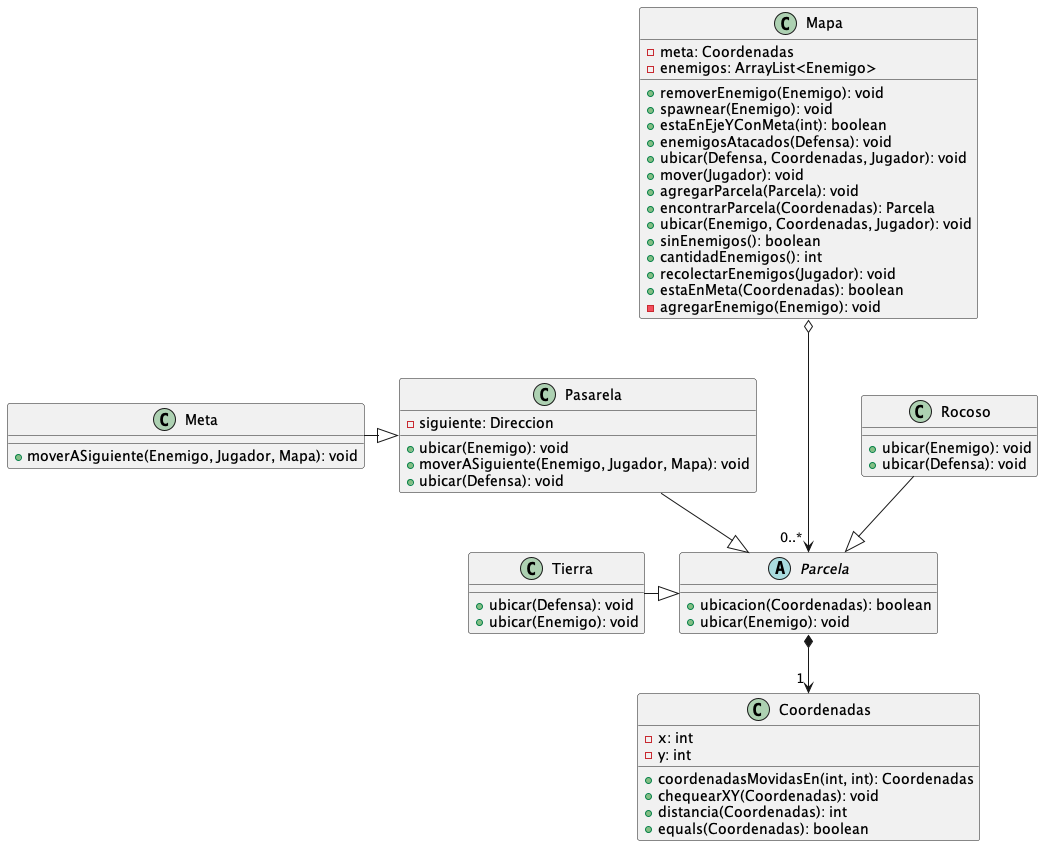
Before: diagrams/classes/mapa.png, a diagram exported from PlantUML (franzimbi/algo3_tp2). The source it was exported from:
```plantuml
@startuml
top to bottom direction


class Coordenadas {
  + coordenadasMovidasEn(int, int): Coordenadas
  + chequearXY(Coordenadas): void
  + distancia(Coordenadas): int
  + equals(Coordenadas): boolean
  -x: int
  -y: int
}
class Mapa {

  + removerEnemigo(Enemigo): void
  + spawnear(Enemigo): void
  + estaEnEjeYConMeta(int): boolean
  + enemigosAtacados(Defensa): void
  + ubicar(Defensa, Coordenadas, Jugador): void
  + mover(Jugador): void
  + agregarParcela(Parcela): void
  + encontrarParcela(Coordenadas): Parcela
  + ubicar(Enemigo, Coordenadas, Jugador): void
  + sinEnemigos(): boolean
  + cantidadEnemigos(): int
  + recolectarEnemigos(Jugador): void
  + estaEnMeta(Coordenadas): boolean
  - agregarEnemigo(Enemigo): void
  - meta: Coordenadas
  - enemigos: ArrayList<Enemigo>
}
class Meta {
  + moverASiguiente(Enemigo, Jugador, Mapa): void
}
abstract Parcela {
  + ubicacion(Coordenadas): boolean
  + ubicar(Enemigo): void
}
class Pasarela {
  + ubicar(Enemigo): void
  + moverASiguiente(Enemigo, Jugador, Mapa): void
  + ubicar(Defensa): void
  - siguiente: Direccion
}
class Rocoso {
  + ubicar(Enemigo): void
  + ubicar(Defensa): void
}
class Tierra {
  + ubicar(Defensa): void
  + ubicar(Enemigo): void
}

Meta         -|>  Pasarela
Pasarela     --|>  Parcela
Rocoso       --|>  Parcela
Tierra       -|>  Parcela
Mapa o---> "0..* "Parcela
Parcela *--> "1 " Coordenadas
@enduml
```
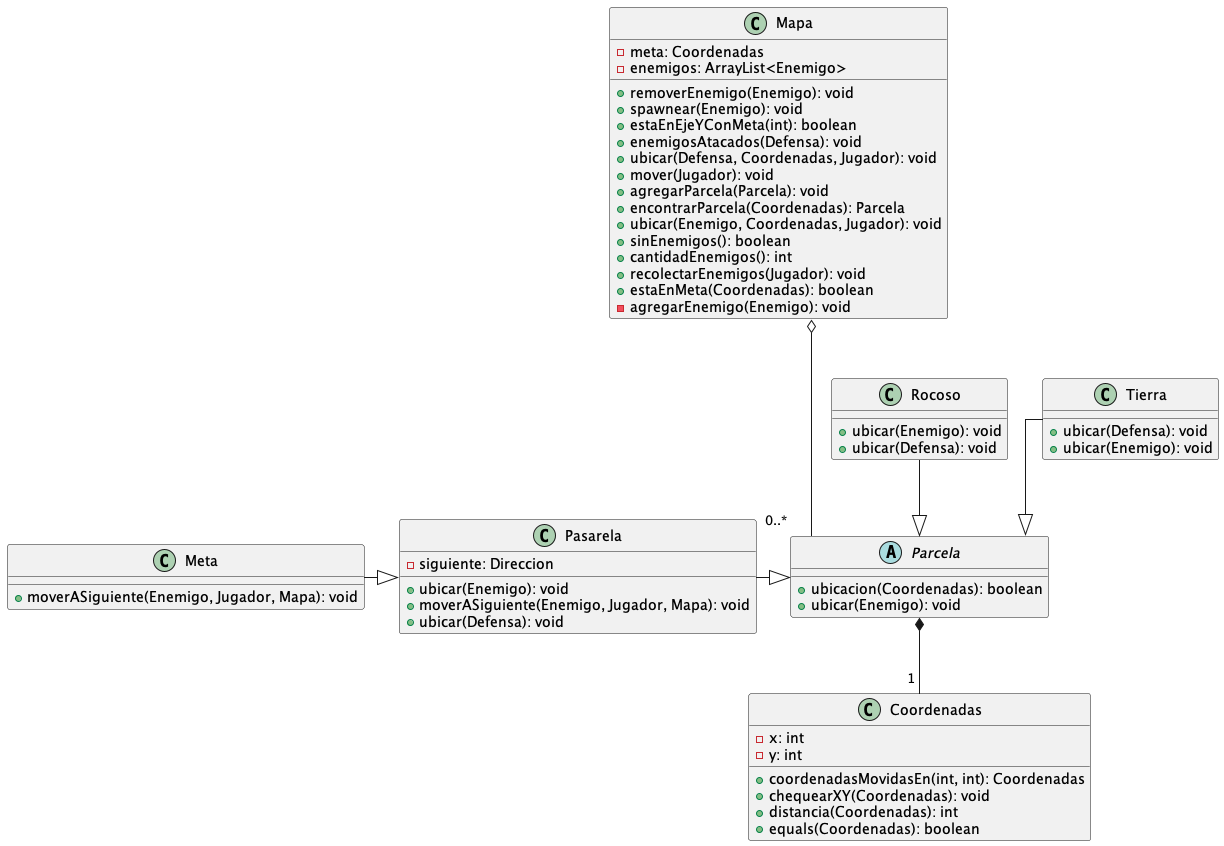
Later version of the same file.

What changed in the source:
```diff
@@ -1,5 +1,7 @@
 @startuml
+
 top to bottom direction
+skinparam linetype ortho
 
 
 class Coordenadas {
@@ -51,10 +53,10 @@
   + ubicar(Enemigo): void
 }
 
-Meta         -|>  Pasarela
-Pasarela     --|>  Parcela
-Rocoso       --|>  Parcela
-Tierra       -|>  Parcela
-Mapa o---> "0..* "Parcela
-Parcela *--> "1 " Coordenadas
+Meta -|>  Pasarela
+Pasarela -|>  Parcela
+Rocoso --|>  Parcela
+Tierra --|>  Parcela
+Mapa o--- "0..* "Parcela
+Parcela *-- "1 " Coordenadas
 @enduml
```
